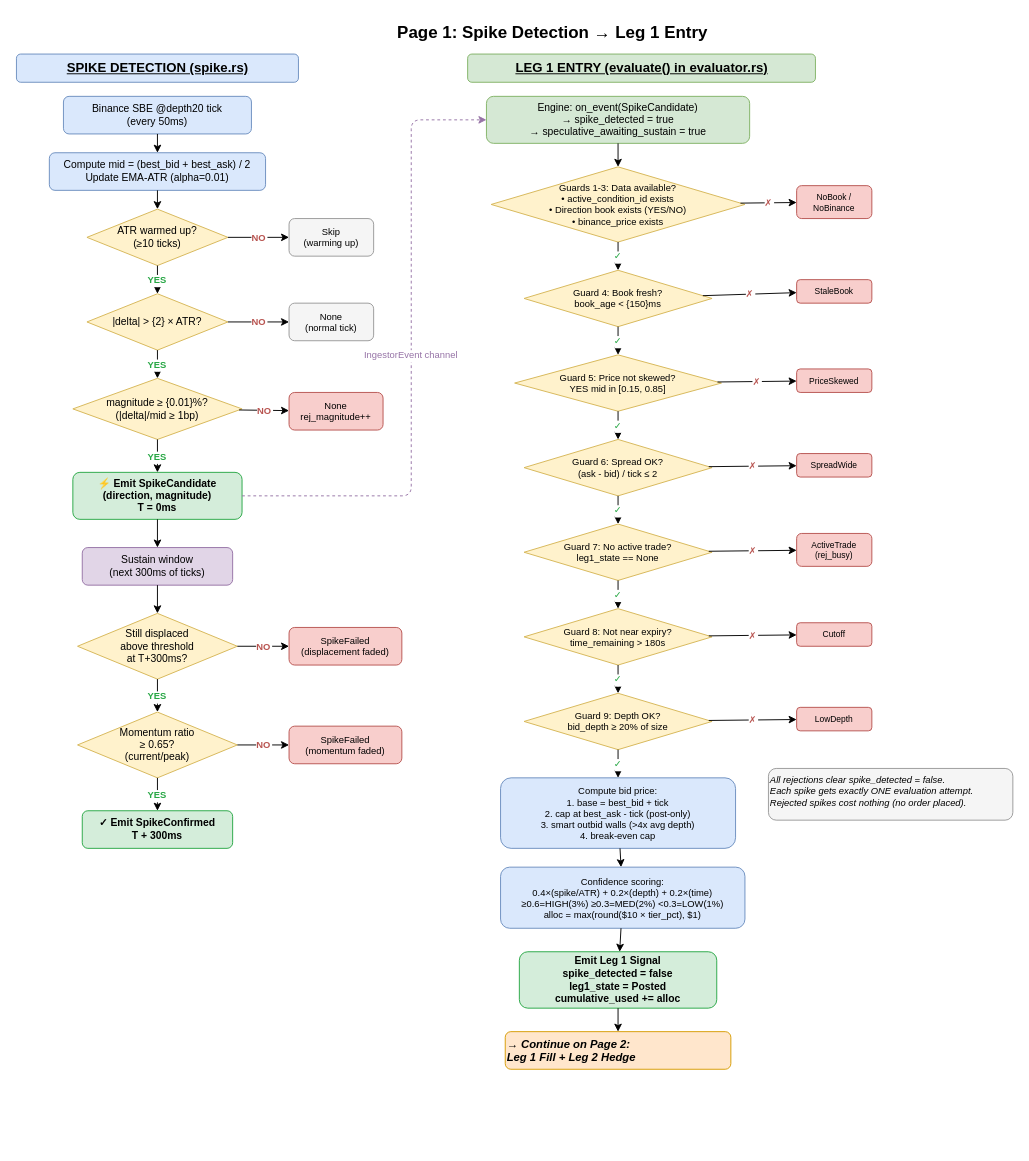
This is page "1. Spike Detection → Leg 1 Entry" (1 of 4) of trading_flow.drawio from ranveerbains/FaCaiBot, a draw.io file, before an edit. Source tidied: cells renumbered, new cells numbered last; positions are measured from the earlier drawing's top-left corner, leaving out a move shared by most shapes. Both pictures are drawn from the tidied source at 94%, with x=0, y=0 at pixel (16, 16).
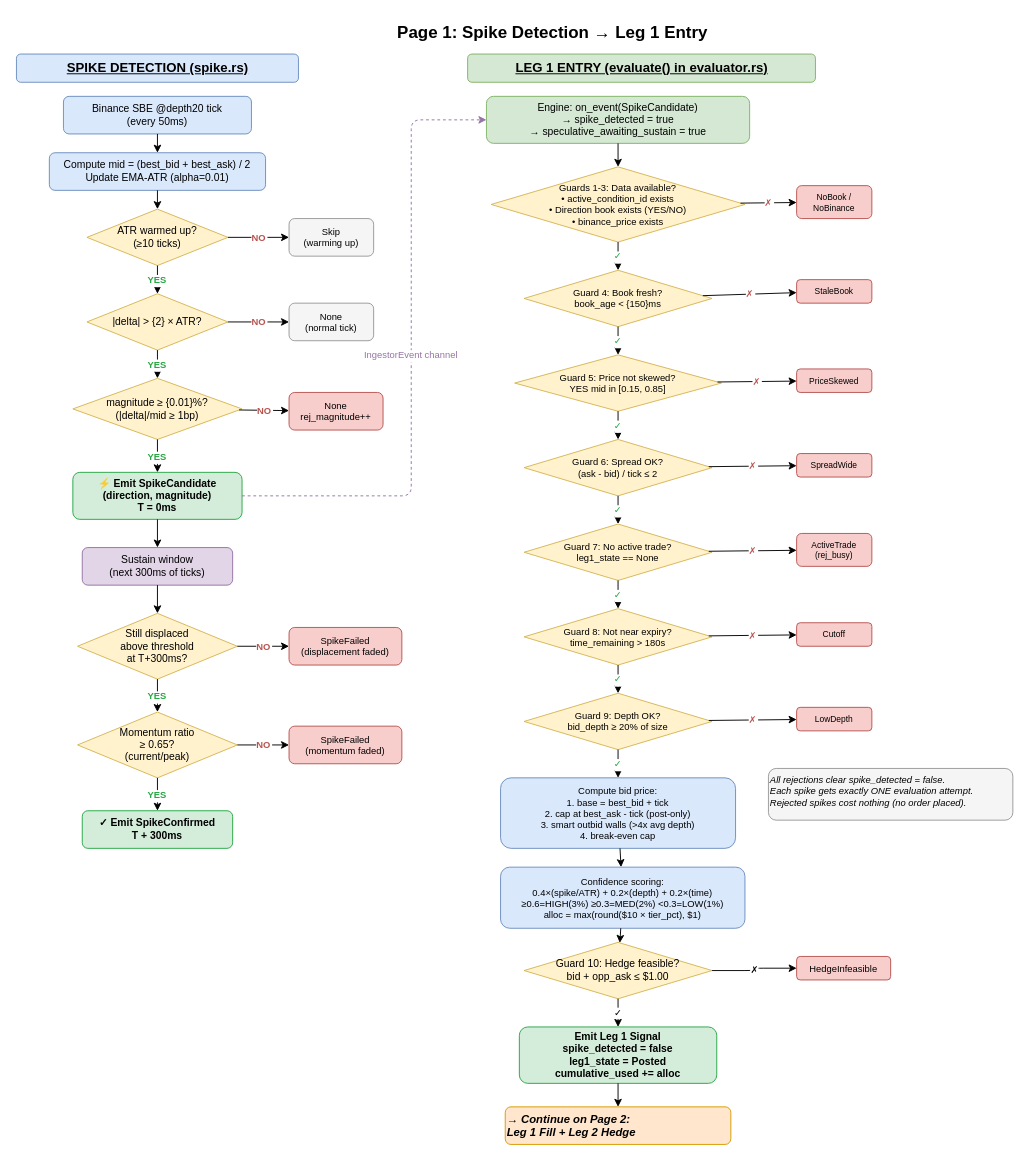
After the change.

Unchanged cells that the change refers to:
```xml
<mxCell id="50" value="Confidence scoring:&#10;0.4×(spike/ATR) + 0.2×(depth) + 0.2×(time)&#10;≥0.6=HIGH(3%) ≥0.3=MED(2%) &lt;0.3=LOW(1%)&#10;alloc = max(round($10 × tier_pct), $1)" style="rounded=1;whiteSpace=wrap;html=1;fillColor=#dae8fc;strokeColor=#6c8ebf;fontSize=10;" parent="1" vertex="1">
  <mxGeometry x="515" y="905" width="260" height="65" as="geometry" />
</mxCell>
```

The edit, as a diff of the source:
```diff
@@
     <mxCell id="51" value="Emit Leg 1 Signal&#10;spike_detected = false&#10;leg1_state = Posted&#10;cumulative_used += alloc" style="rounded=1;whiteSpace=wrap;html=1;fillColor=#d4edda;strokeColor=#28a745;fontSize=11;fontStyle=1;" parent="1" vertex="1">
-      <mxGeometry x="535" y="995" width="210" height="60" as="geometry" />
+      <mxGeometry x="535" y="1075" width="210" height="60" as="geometry" />
     </mxCell>
@@
-    <mxCell id="68" parent="1" edge="1" source="50" target="51">
+    <mxCell id="68" parent="1" edge="1" source="50" target="73">
       <mxGeometry relative="1" as="geometry" />
     </mxCell>
@@
     <mxCell id="71" value="→ Continue on Page 2:&#10;Leg 1 Fill + Leg 2 Hedge" style="text;html=1;fontSize=12;fontStyle=3;fillColor=#ffe6cc;strokeColor=#d79b00;rounded=1;" parent="1" vertex="1">
-      <mxGeometry x="520" y="1080" width="240" height="40" as="geometry" />
+      <mxGeometry x="520" y="1160" width="240" height="40" as="geometry" />
     </mxCell>
@@
+    <mxCell id="73" value="Guard 10: Hedge feasible?&#10;bid + opp_ask ≤ $1.00" style="rhombus;whiteSpace=wrap;html=1;fontSize=11;fillColor=#fff2cc;strokeColor=#d6b656;" parent="1" vertex="1">
+      <mxGeometry x="540" y="985" width="200" height="60" as="geometry" />
+    </mxCell>
+    <mxCell id="74" value="HedgeInfeasible" style="rounded=1;whiteSpace=wrap;html=1;fontSize=10;fillColor=#f8cecc;strokeColor=#b85450;" parent="1" vertex="1">
+      <mxGeometry x="830" y="1000" width="100" height="25" as="geometry" />
+    </mxCell>
+    <mxCell id="75" value="✓" style="edgeStyle=orthogonalEdgeStyle;rounded=1;jettySize=auto;html=1;fontSize=10;exitX=0.5;exitY=1;exitDx=0;exitDy=0;" parent="1" edge="1" source="73" target="51">
+      <mxGeometry relative="1" as="geometry" />
+    </mxCell>
+    <mxCell id="76" value="✗" style="edgeStyle=orthogonalEdgeStyle;rounded=1;jettySize=auto;html=1;fontSize=10;exitX=1;exitY=0.5;exitDx=0;exitDy=0;" parent="1" edge="1" source="73" target="74">
+      <mxGeometry relative="1" as="geometry" />
+    </mxCell>
```
